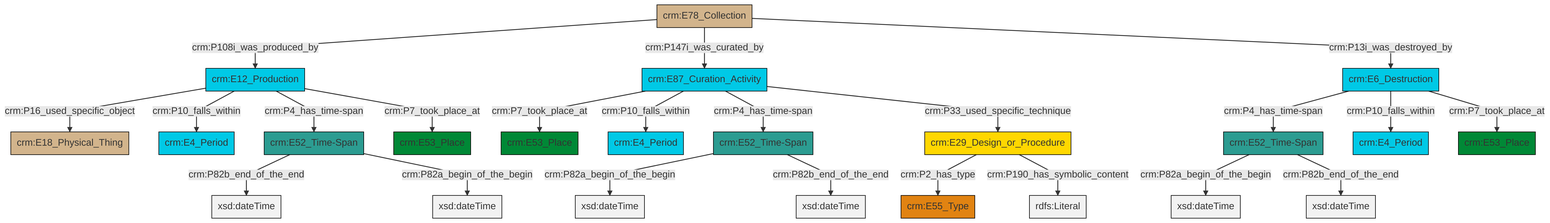
swiss-art-research-net/docs.swissartresearch keeps this Mermaid diagram as et/archivalCSV/ttl/mmd/png/archival_existence.png. Above is the earlier version. Its source is kept beside it as et/archivalCSV/ttl/mmd/archival_existence.ttl.mmd.
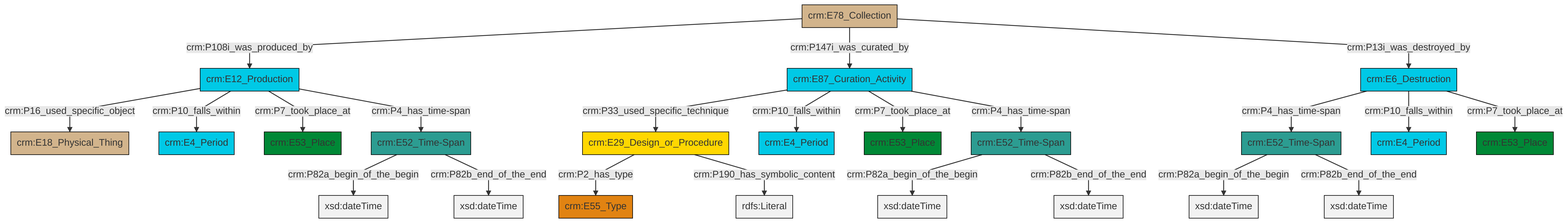
Above is the later version.

The edit, as a diff of the source:
```diff
@@ -13,25 +13,25 @@
 classDef PC_Classes fill:#4ce600, stroke:#000000;
 classDef Multi fill:#cccccc,stroke:#000000;
 
-2["crm:E78_Collection"]:::Physical_Thing -->|crm:P108i_was_produced_by| 3["crm:E12_Production"]:::Temporal_Entity
-4["crm:E6_Destruction"]:::Temporal_Entity -->|crm:P4_has_time-span| 5["crm:E52_Time-Span"]:::Time-Span
-3["crm:E12_Production"]:::Temporal_Entity -->|crm:P16_used_specific_object| 6["crm:E18_Physical_Thing"]:::Physical_Thing
-7["crm:E52_Time-Span"]:::Time-Span -->|crm:P82a_begin_of_the_begin| 8[xsd:dateTime]:::Literal
-0["crm:E87_Curation_Activity"]:::Temporal_Entity -->|crm:P7_took_place_at| 9["crm:E53_Place"]:::Place
-5["crm:E52_Time-Span"]:::Time-Span -->|crm:P82a_begin_of_the_begin| 11[xsd:dateTime]:::Literal
-5["crm:E52_Time-Span"]:::Time-Span -->|crm:P82b_end_of_the_end| 12[xsd:dateTime]:::Literal
-2["crm:E78_Collection"]:::Physical_Thing -->|crm:P147i_was_curated_by| 0["crm:E87_Curation_Activity"]:::Temporal_Entity
-0["crm:E87_Curation_Activity"]:::Temporal_Entity -->|crm:P10_falls_within| 17["crm:E4_Period"]:::Temporal_Entity
-3["crm:E12_Production"]:::Temporal_Entity -->|crm:P10_falls_within| 18["crm:E4_Period"]:::Temporal_Entity
-15["crm:E29_Design_or_Procedure"]:::Conceptual_Object -->|crm:P2_has_type| 19["crm:E55_Type"]:::Type
-2["crm:E78_Collection"]:::Physical_Thing -->|crm:P13i_was_destroyed_by| 4["crm:E6_Destruction"]:::Temporal_Entity
-7["crm:E52_Time-Span"]:::Time-Span -->|crm:P82b_end_of_the_end| 24[xsd:dateTime]:::Literal
-3["crm:E12_Production"]:::Temporal_Entity -->|crm:P4_has_time-span| 27["crm:E52_Time-Span"]:::Time-Span
-27["crm:E52_Time-Span"]:::Time-Span -->|crm:P82b_end_of_the_end| 29[xsd:dateTime]:::Literal
-0["crm:E87_Curation_Activity"]:::Temporal_Entity -->|crm:P4_has_time-span| 7["crm:E52_Time-Span"]:::Time-Span
-4["crm:E6_Destruction"]:::Temporal_Entity -->|crm:P10_falls_within| 21["crm:E4_Period"]:::Temporal_Entity
-15["crm:E29_Design_or_Procedure"]:::Conceptual_Object -->|crm:P190_has_symbolic_content| 34[rdfs:Literal]:::Literal
-3["crm:E12_Production"]:::Temporal_Entity -->|crm:P7_took_place_at| 13["crm:E53_Place"]:::Place
-0["crm:E87_Curation_Activity"]:::Temporal_Entity -->|crm:P33_used_specific_technique| 15["crm:E29_Design_or_Procedure"]:::Conceptual_Object
-4["crm:E6_Destruction"]:::Temporal_Entity -->|crm:P7_took_place_at| 25["crm:E53_Place"]:::Place
-27["crm:E52_Time-Span"]:::Time-Span -->|crm:P82a_begin_of_the_begin| 36[xsd:dateTime]:::Literal
+0["crm:E78_Collection"]:::Physical_Thing -->|crm:P108i_was_produced_by| 1["crm:E12_Production"]:::Temporal_Entity
+6["crm:E87_Curation_Activity"]:::Temporal_Entity -->|crm:P33_used_specific_technique| 7["crm:E29_Design_or_Procedure"]:::Conceptual_Object
+14["crm:E52_Time-Span"]:::Time-Span -->|crm:P82a_begin_of_the_begin| 15[xsd:dateTime]:::Literal
+1["crm:E12_Production"]:::Temporal_Entity -->|crm:P16_used_specific_object| 16["crm:E18_Physical_Thing"]:::Physical_Thing
+17["crm:E52_Time-Span"]:::Time-Span -->|crm:P82a_begin_of_the_begin| 18[xsd:dateTime]:::Literal
+12["crm:E52_Time-Span"]:::Time-Span -->|crm:P82a_begin_of_the_begin| 24[xsd:dateTime]:::Literal
+8["crm:E6_Destruction"]:::Temporal_Entity -->|crm:P4_has_time-span| 17["crm:E52_Time-Span"]:::Time-Span
+1["crm:E12_Production"]:::Temporal_Entity -->|crm:P10_falls_within| 10["crm:E4_Period"]:::Temporal_Entity
+17["crm:E52_Time-Span"]:::Time-Span -->|crm:P82b_end_of_the_end| 27[xsd:dateTime]:::Literal
+0["crm:E78_Collection"]:::Physical_Thing -->|crm:P147i_was_curated_by| 6["crm:E87_Curation_Activity"]:::Temporal_Entity
+6["crm:E87_Curation_Activity"]:::Temporal_Entity -->|crm:P10_falls_within| 34["crm:E4_Period"]:::Temporal_Entity
+6["crm:E87_Curation_Activity"]:::Temporal_Entity -->|crm:P7_took_place_at| 30["crm:E53_Place"]:::Place
+12["crm:E52_Time-Span"]:::Time-Span -->|crm:P82b_end_of_the_end| 35[xsd:dateTime]:::Literal
+6["crm:E87_Curation_Activity"]:::Temporal_Entity -->|crm:P4_has_time-span| 14["crm:E52_Time-Span"]:::Time-Span
+0["crm:E78_Collection"]:::Physical_Thing -->|crm:P13i_was_destroyed_by| 8["crm:E6_Destruction"]:::Temporal_Entity
+7["crm:E29_Design_or_Procedure"]:::Conceptual_Object -->|crm:P2_has_type| 32["crm:E55_Type"]:::Type
+1["crm:E12_Production"]:::Temporal_Entity -->|crm:P7_took_place_at| 2["crm:E53_Place"]:::Place
+7["crm:E29_Design_or_Procedure"]:::Conceptual_Object -->|crm:P190_has_symbolic_content| 36[rdfs:Literal]:::Literal
+8["crm:E6_Destruction"]:::Temporal_Entity -->|crm:P10_falls_within| 20["crm:E4_Period"]:::Temporal_Entity
+8["crm:E6_Destruction"]:::Temporal_Entity -->|crm:P7_took_place_at| 4["crm:E53_Place"]:::Place
+14["crm:E52_Time-Span"]:::Time-Span -->|crm:P82b_end_of_the_end| 38[xsd:dateTime]:::Literal
+1["crm:E12_Production"]:::Temporal_Entity -->|crm:P4_has_time-span| 12["crm:E52_Time-Span"]:::Time-Span
```
